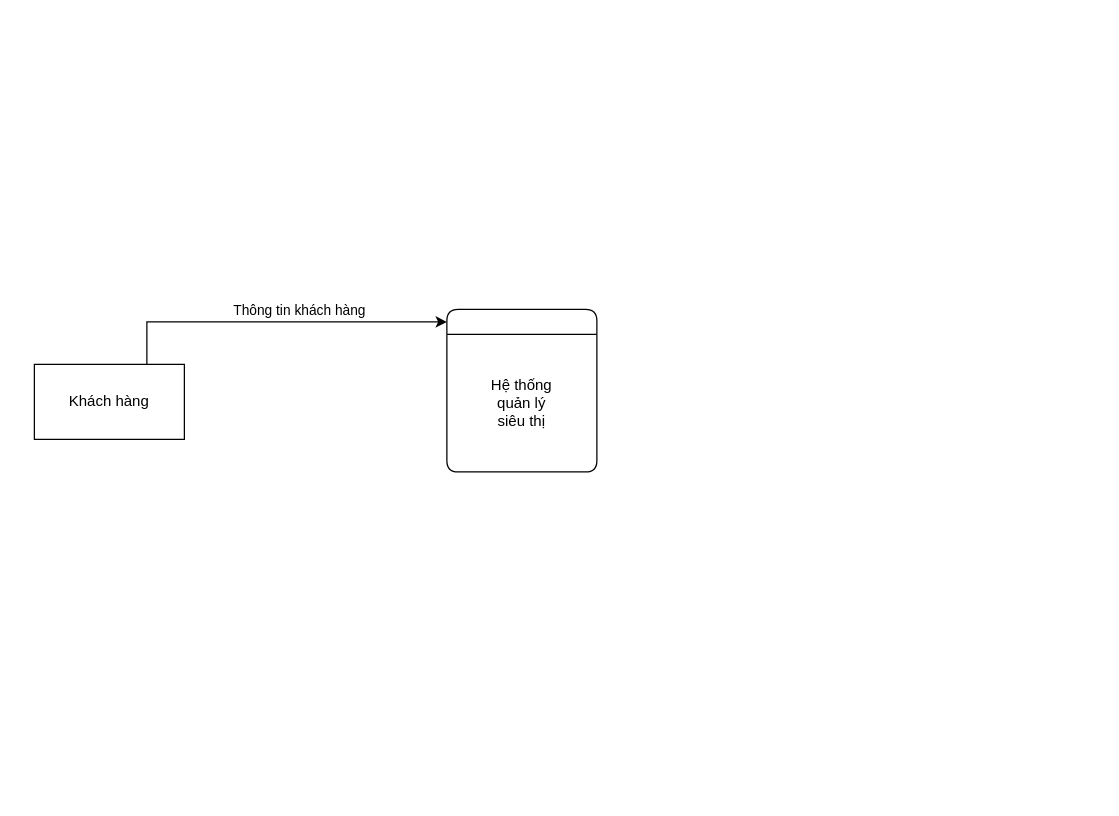
DatLe328/Phan-tich-thiet-ke-he-thong keeps this draw.io diagram as Sơ đồ ngữ cảnh.drawio. Above is the earlier version. Source tidied: cells renumbered, new cells numbered last; positions are measured from the earlier drawing's top-left corner, leaving out a move shared by most shapes. Both pictures are drawn from the tidied source at 125%, with x=0, y=0 at pixel (34, 309).
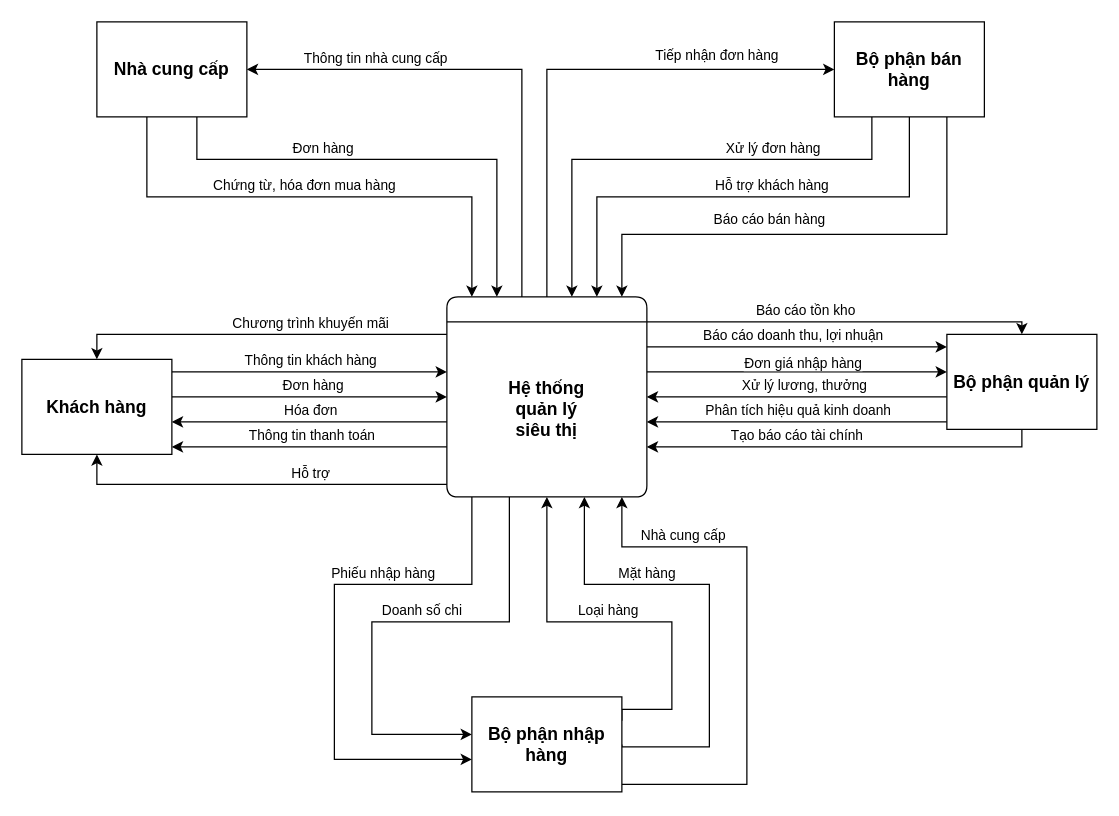
After the change.

Commit message:
Cập nhật Sơ đồ ngữ cảnh.drawio

Diff of the diagram source:
```diff
@@
+    <mxCell id="7" style="edgeStyle=orthogonalEdgeStyle;rounded=0;jettySize=auto;html=1;" parent="1" edge="1" source="2" target="6">
+      <mxGeometry relative="1" as="geometry">
+        <Array as="points">
+          <mxPoint x="50" y="20" />
+        </Array>
+      </mxGeometry>
+    </mxCell>
+    <mxCell id="8" value="Chương trình khuyến mãi" style="edgeLabel;html=1;align=center;verticalAlign=middle;" parent="7" vertex="1">
+      <mxGeometry x="-0.09" y="-2" relative="1" as="geometry">
+        <mxPoint x="27" y="-8" as="offset" />
+      </mxGeometry>
+    </mxCell>
+    <mxCell id="9" style="edgeStyle=orthogonalEdgeStyle;rounded=0;jettySize=auto;html=1;" parent="1" edge="1" source="2" target="27">
+      <mxGeometry relative="1" as="geometry">
+        <Array as="points">
+          <mxPoint x="390" y="-192" />
+        </Array>
+      </mxGeometry>
+    </mxCell>
+    <mxCell id="10" value="Thông tin nhà cung cấp" style="edgeLabel;html=1;align=center;verticalAlign=middle;" parent="9" vertex="1">
+      <mxGeometry x="0.52" y="-1" relative="1" as="geometry">
+        <mxPoint x="6" y="-9" as="offset" />
+      </mxGeometry>
+    </mxCell>
+    <mxCell id="11" style="edgeStyle=orthogonalEdgeStyle;rounded=0;jettySize=auto;html=1;" parent="1" edge="1" source="2" target="38">
+      <mxGeometry relative="1" as="geometry">
+        <Array as="points">
+          <mxPoint x="790" y="10" />
+        </Array>
+      </mxGeometry>
+    </mxCell>
+    <mxCell id="12" value="Báo cáo tồn kho" style="edgeLabel;html=1;align=center;verticalAlign=middle;" parent="11" vertex="1">
+      <mxGeometry x="-0.06" relative="1" as="geometry">
+        <mxPoint x="-20" y="-10" as="offset" />
+      </mxGeometry>
+    </mxCell>
+    <mxCell id="13" style="edgeStyle=orthogonalEdgeStyle;rounded=0;jettySize=auto;html=1;" parent="1" edge="1" source="2" target="56">
+      <mxGeometry relative="1" as="geometry">
+        <Array as="points">
+          <mxPoint x="410" y="-192" />
+        </Array>
+      </mxGeometry>
+    </mxCell>
+    <mxCell id="14" value="Tiếp nhận đơn hàng" style="edgeLabel;html=1;align=center;verticalAlign=middle;" parent="13" vertex="1">
+      <mxGeometry x="0.54" y="2" relative="1" as="geometry">
+        <mxPoint y="-10" as="offset" />
+      </mxGeometry>
+    </mxCell>
     <mxCell id="2" style="swimlane;fontStyle=0;horizontal=1;startSize=20;fillColor=#ffffff;swimlaneFillColor=#ffffff;rounded=1;" parent="1" vertex="1">
-      <mxGeometry x="330" width="120" height="130" as="geometry" />
+      <mxGeometry x="330" y="-10" width="160" height="160" as="geometry" />
     </mxCell>
-    <mxCell id="3" value="Hệ thống&lt;div&gt;quản lý&lt;/div&gt;&lt;div&gt;siêu thị&lt;/div&gt;" style="text;html=1;align=center;verticalAlign=middle;whiteSpace=wrap;rounded=1;" parent="2" vertex="1">
-      <mxGeometry y="20" width="120" height="110" as="geometry" />
+    <mxCell id="3" value="&lt;font style=&quot;font-size: 14px;&quot;&gt;&lt;b&gt;Hệ thống&lt;/b&gt;&lt;/font&gt;&lt;div style=&quot;font-size: 14px;&quot;&gt;&lt;font style=&quot;font-size: 14px;&quot;&gt;&lt;b&gt;quản lý&lt;/b&gt;&lt;/font&gt;&lt;/div&gt;&lt;div style=&quot;font-size: 14px;&quot;&gt;&lt;font style=&quot;font-size: 14px;&quot;&gt;&lt;b&gt;siêu thị&lt;/b&gt;&lt;/font&gt;&lt;/div&gt;" style="text;html=1;align=center;verticalAlign=middle;whiteSpace=wrap;rounded=1;" parent="2" vertex="1">
+      <mxGeometry y="20" width="160" height="140" as="geometry" />
     </mxCell>
-    <mxCell id="4" style="edgeStyle=orthogonalEdgeStyle;rounded=0;jettySize=auto;html=1;exitX=0.75;exitY=0;exitDx=0;exitDy=0;" parent="1" edge="1" source="6" target="2">
+    <mxCell id="4" style="edgeStyle=orthogonalEdgeStyle;rounded=0;jettySize=auto;html=1;" parent="1" edge="1" source="6" target="2">
       <mxGeometry relative="1" as="geometry">
         <Array as="points">
-          <mxPoint x="90" y="10" />
+          <mxPoint x="220" y="50" />
+          <mxPoint x="220" y="50" />
         </Array>
       </mxGeometry>
     </mxCell>
     <mxCell id="5" value="Thông tin khách hàng" style="edgeLabel;html=1;align=center;verticalAlign=middle;" parent="4" vertex="1">
       <mxGeometry x="0.13" y="2" relative="1" as="geometry">
-        <mxPoint y="-8" as="offset" />
+        <mxPoint x="-14" y="-8" as="offset" />
       </mxGeometry>
     </mxCell>
+    <mxCell id="15" style="edgeStyle=orthogonalEdgeStyle;rounded=0;jettySize=auto;html=1;" parent="1" edge="1" source="6" target="2">
+      <mxGeometry relative="1" as="geometry">
+        <Array as="points">
+          <mxPoint x="170" y="70" />
+          <mxPoint x="170" y="70" />
+        </Array>
+      </mxGeometry>
+    </mxCell>
+    <mxCell id="16" value="Đơn hàng" style="edgeLabel;html=1;align=center;verticalAlign=middle;" parent="15" vertex="1">
+      <mxGeometry x="0.02" y="2" relative="1" as="geometry">
+        <mxPoint y="-8" as="offset" />
+      </mxGeometry>
+    </mxCell>
+    <mxCell id="17" style="edgeStyle=orthogonalEdgeStyle;rounded=0;jettySize=auto;html=1;" parent="1" edge="1" source="2" target="6">
+      <mxGeometry relative="1" as="geometry">
+        <Array as="points">
+          <mxPoint x="220" y="90" />
+          <mxPoint x="220" y="90" />
+        </Array>
+      </mxGeometry>
+    </mxCell>
+    <mxCell id="18" value="Hóa đơn" style="edgeLabel;html=1;align=center;verticalAlign=middle;" parent="17" vertex="1">
+      <mxGeometry relative="1" as="geometry">
+        <mxPoint y="-10" as="offset" />
+      </mxGeometry>
+    </mxCell>
+    <mxCell id="19" style="edgeStyle=orthogonalEdgeStyle;rounded=0;jettySize=auto;html=1;entryX=0.5;entryY=1;entryDx=0;entryDy=0;" parent="1" edge="1" source="2" target="6">
+      <mxGeometry relative="1" as="geometry">
+        <Array as="points">
+          <mxPoint x="50" y="140" />
+        </Array>
+      </mxGeometry>
+    </mxCell>
+    <mxCell id="20" value="Hỗ trợ" style="edgeLabel;html=1;align=center;verticalAlign=middle;" parent="19" vertex="1">
+      <mxGeometry x="0.03" y="1" relative="1" as="geometry">
+        <mxPoint x="47" y="-11" as="offset" />
+      </mxGeometry>
+    </mxCell>
-    <mxCell id="6" value="Khách hàng" style="rounded=0;whiteSpace=wrap;html=1;" parent="1" vertex="1">
-      <mxGeometry y="44" width="120" height="60" as="geometry" />
+    <mxCell id="6" value="&lt;font style=&quot;font-size: 14px;&quot;&gt;&lt;b&gt;Khách hàng&lt;/b&gt;&lt;/font&gt;" style="rounded=0;whiteSpace=wrap;html=1;" parent="1" vertex="1">
+      <mxGeometry x="-10" y="40" width="120" height="76" as="geometry" />
     </mxCell>
+    <mxCell id="21" style="edgeStyle=orthogonalEdgeStyle;rounded=0;jettySize=auto;html=1;" parent="1" edge="1" source="2" target="6">
+      <mxGeometry relative="1" as="geometry">
+        <Array as="points">
+          <mxPoint x="230" y="110" />
+          <mxPoint x="230" y="110" />
+        </Array>
+      </mxGeometry>
+    </mxCell>
+    <mxCell id="22" value="Thông tin thanh toán" style="edgeLabel;html=1;align=center;verticalAlign=middle;" parent="21" vertex="1">
+      <mxGeometry x="-0.01" y="1" relative="1" as="geometry">
+        <mxPoint y="-11" as="offset" />
+      </mxGeometry>
+    </mxCell>
+    <mxCell id="23" style="edgeStyle=orthogonalEdgeStyle;rounded=0;jettySize=auto;html=1;" parent="1" edge="1" source="27" target="2">
+      <mxGeometry relative="1" as="geometry">
+        <Array as="points">
+          <mxPoint x="130" y="-120" />
+          <mxPoint x="370" y="-120" />
+        </Array>
+      </mxGeometry>
+    </mxCell>
+    <mxCell id="24" value="Đơn hàng" style="edgeLabel;html=1;align=center;verticalAlign=middle;" parent="23" vertex="1">
+      <mxGeometry x="-0.3" y="1" relative="1" as="geometry">
+        <mxPoint y="-9" as="offset" />
+      </mxGeometry>
+    </mxCell>
+    <mxCell id="25" style="edgeStyle=orthogonalEdgeStyle;rounded=0;jettySize=auto;html=1;" parent="1" edge="1" source="27" target="2">
+      <mxGeometry relative="1" as="geometry">
+        <Array as="points">
+          <mxPoint x="90" y="-90" />
+          <mxPoint x="350" y="-90" />
+        </Array>
+      </mxGeometry>
+    </mxCell>
+    <mxCell id="26" value="Chứng từ, hóa đơn mua hàng" style="edgeLabel;html=1;align=center;verticalAlign=middle;" parent="25" vertex="1">
+      <mxGeometry x="-0.01" y="1" relative="1" as="geometry">
+        <mxPoint x="-11" y="-9" as="offset" />
+      </mxGeometry>
+    </mxCell>
+    <mxCell id="27" value="&lt;font style=&quot;font-size: 14px;&quot;&gt;&lt;b&gt;Nhà cung cấp&lt;/b&gt;&lt;/font&gt;" style="rounded=0;whiteSpace=wrap;html=1;" parent="1" vertex="1">
+      <mxGeometry x="50" y="-230" width="120" height="76" as="geometry" />
+    </mxCell>
+    <mxCell id="28" style="edgeStyle=orthogonalEdgeStyle;rounded=0;jettySize=auto;html=1;" parent="1" edge="1" source="2" target="38">
+      <mxGeometry relative="1" as="geometry">
+        <Array as="points">
+          <mxPoint x="610" y="30" />
+          <mxPoint x="610" y="30" />
+        </Array>
+      </mxGeometry>
+    </mxCell>
+    <mxCell id="29" value="Báo cáo doanh thu, lợi nhuận" style="edgeLabel;html=1;align=center;verticalAlign=middle;" parent="28" vertex="1">
+      <mxGeometry x="-0.03" y="2" relative="1" as="geometry">
+        <mxPoint y="-8" as="offset" />
+      </mxGeometry>
+    </mxCell>
+    <mxCell id="30" style="edgeStyle=orthogonalEdgeStyle;rounded=0;jettySize=auto;html=1;" parent="1" edge="1" source="2" target="38">
+      <mxGeometry relative="1" as="geometry">
+        <Array as="points">
+          <mxPoint x="610" y="50" />
+          <mxPoint x="610" y="50" />
+        </Array>
+      </mxGeometry>
+    </mxCell>
+    <mxCell id="31" value="Đơn giá nhập hàng" style="edgeLabel;html=1;align=center;verticalAlign=middle;" parent="30" vertex="1">
+      <mxGeometry x="0.03" y="1" relative="1" as="geometry">
+        <mxPoint y="-7" as="offset" />
+      </mxGeometry>
+    </mxCell>
+    <mxCell id="32" style="edgeStyle=orthogonalEdgeStyle;rounded=0;jettySize=auto;html=1;" parent="1" edge="1" source="38" target="2">
+      <mxGeometry relative="1" as="geometry">
+        <Array as="points">
+          <mxPoint x="620" y="70" />
+          <mxPoint x="620" y="70" />
+        </Array>
+      </mxGeometry>
+    </mxCell>
+    <mxCell id="33" value="Xử lý lương, thưởng" style="edgeLabel;html=1;align=center;verticalAlign=middle;" parent="32" vertex="1">
+      <mxGeometry x="-0.04" y="1" relative="1" as="geometry">
+        <mxPoint y="-11" as="offset" />
+      </mxGeometry>
+    </mxCell>
+    <mxCell id="34" style="edgeStyle=orthogonalEdgeStyle;rounded=0;jettySize=auto;html=1;" parent="1" edge="1" source="38" target="2">
+      <mxGeometry relative="1" as="geometry">
+        <Array as="points">
+          <mxPoint x="550" y="90" />
+          <mxPoint x="550" y="90" />
+        </Array>
+      </mxGeometry>
+    </mxCell>
+    <mxCell id="35" value="Phân tích hiệu quả kinh doanh" style="edgeLabel;html=1;align=center;verticalAlign=middle;" parent="34" vertex="1">
+      <mxGeometry x="0.08" y="-1" relative="1" as="geometry">
+        <mxPoint x="10" y="-9" as="offset" />
+      </mxGeometry>
+    </mxCell>
+    <mxCell id="36" style="edgeStyle=orthogonalEdgeStyle;rounded=0;jettySize=auto;html=1;exitX=0.5;exitY=1;exitDx=0;exitDy=0;" parent="1" edge="1" source="38" target="2">
+      <mxGeometry relative="1" as="geometry">
+        <Array as="points">
+          <mxPoint x="790" y="110" />
+        </Array>
+      </mxGeometry>
+    </mxCell>
+    <mxCell id="37" value="Tạo báo cáo tài chính" style="edgeLabel;html=1;align=center;verticalAlign=middle;" parent="36" vertex="1">
+      <mxGeometry x="0.23" y="-1" relative="1" as="geometry">
+        <mxPoint x="-2" y="-9" as="offset" />
+      </mxGeometry>
+    </mxCell>
+    <mxCell id="38" value="&lt;font style=&quot;font-size: 14px;&quot;&gt;&lt;b&gt;Bộ phận quản lý&lt;/b&gt;&lt;/font&gt;" style="rounded=0;whiteSpace=wrap;html=1;" parent="1" vertex="1">
+      <mxGeometry x="730" y="20" width="120" height="76" as="geometry" />
+    </mxCell>
+    <mxCell id="39" style="edgeStyle=orthogonalEdgeStyle;rounded=0;jettySize=auto;html=1;exitX=1;exitY=0.25;exitDx=0;exitDy=0;" parent="1" edge="1" source="47" target="2">
+      <mxGeometry relative="1" as="geometry">
+        <Array as="points">
+          <mxPoint x="470" y="320" />
+          <mxPoint x="510" y="320" />
+          <mxPoint x="510" y="250" />
+          <mxPoint x="410" y="250" />
+        </Array>
+      </mxGeometry>
+    </mxCell>
+    <mxCell id="40" value="Loại hàng" style="edgeLabel;html=1;align=center;verticalAlign=middle;" parent="39" vertex="1">
+      <mxGeometry x="0.07" y="-2" relative="1" as="geometry">
+        <mxPoint y="-8" as="offset" />
+      </mxGeometry>
+    </mxCell>
+    <mxCell id="41" style="edgeStyle=orthogonalEdgeStyle;rounded=0;jettySize=auto;html=1;exitX=1;exitY=0.5;exitDx=0;exitDy=0;" parent="1" edge="1" source="47" target="2">
+      <mxGeometry relative="1" as="geometry">
+        <Array as="points">
+          <mxPoint x="470" y="350" />
+          <mxPoint x="540" y="350" />
+          <mxPoint x="540" y="220" />
+          <mxPoint x="440" y="220" />
+        </Array>
+      </mxGeometry>
+    </mxCell>
+    <mxCell id="42" value="Mặt hàng" style="edgeLabel;html=1;align=center;verticalAlign=middle;" parent="41" vertex="1">
+      <mxGeometry x="0.37" y="-2" relative="1" as="geometry">
+        <mxPoint x="2" y="-8" as="offset" />
+      </mxGeometry>
+    </mxCell>
+    <mxCell id="43" style="edgeStyle=orthogonalEdgeStyle;rounded=0;jettySize=auto;html=1;" parent="1" edge="1" source="47" target="2">
+      <mxGeometry relative="1" as="geometry">
+        <Array as="points">
+          <mxPoint x="570" y="380" />
+          <mxPoint x="570" y="190" />
+          <mxPoint x="470" y="190" />
+        </Array>
+      </mxGeometry>
+    </mxCell>
+    <mxCell id="44" value="Nhà cung cấp" style="edgeLabel;html=1;align=center;verticalAlign=middle;" parent="43" vertex="1">
+      <mxGeometry x="0.59" relative="1" as="geometry">
+        <mxPoint y="-10" as="offset" />
+      </mxGeometry>
+    </mxCell>
+    <mxCell id="45" style="edgeStyle=orthogonalEdgeStyle;rounded=0;jettySize=auto;html=1;" parent="1" edge="1" source="2" target="47">
+      <mxGeometry relative="1" as="geometry">
+        <Array as="points">
+          <mxPoint x="380" y="250" />
+          <mxPoint x="270" y="250" />
+          <mxPoint x="270" y="340" />
+        </Array>
+      </mxGeometry>
+    </mxCell>
+    <mxCell id="46" value="Doanh số chi" style="edgeLabel;html=1;align=center;verticalAlign=middle;" parent="45" vertex="1">
+      <mxGeometry x="-0.1" relative="1" as="geometry">
+        <mxPoint y="-10" as="offset" />
+      </mxGeometry>
+    </mxCell>
+    <mxCell id="47" value="&lt;font style=&quot;font-size: 14px;&quot;&gt;&lt;b&gt;Bộ phận nhập hàng&lt;/b&gt;&lt;/font&gt;" style="rounded=0;whiteSpace=wrap;html=1;" parent="1" vertex="1">
+      <mxGeometry x="350" y="310" width="120" height="76" as="geometry" />
+    </mxCell>
+    <mxCell id="48" style="edgeStyle=orthogonalEdgeStyle;rounded=0;jettySize=auto;html=1;" parent="1" edge="1" source="2" target="47">
+      <mxGeometry relative="1" as="geometry">
+        <Array as="points">
+          <mxPoint x="350" y="220" />
+          <mxPoint x="240" y="220" />
+          <mxPoint x="240" y="360" />
+        </Array>
+      </mxGeometry>
+    </mxCell>
+    <mxCell id="49" value="Phiếu nhập hàng" style="edgeLabel;html=1;align=center;verticalAlign=middle;" parent="48" vertex="1">
+      <mxGeometry x="-0.34" relative="1" as="geometry">
+        <mxPoint y="-10" as="offset" />
+      </mxGeometry>
+    </mxCell>
+    <mxCell id="50" style="edgeStyle=orthogonalEdgeStyle;rounded=0;jettySize=auto;html=1;exitX=0.25;exitY=1;exitDx=0;exitDy=0;" parent="1" edge="1" source="56" target="2">
+      <mxGeometry relative="1" as="geometry">
+        <Array as="points">
+          <mxPoint x="670" y="-120" />
+          <mxPoint x="430" y="-120" />
+        </Array>
+      </mxGeometry>
+    </mxCell>
+    <mxCell id="51" value="Xử lý đơn hàng" style="edgeLabel;html=1;align=center;verticalAlign=middle;" parent="50" vertex="1">
+      <mxGeometry y="-2" relative="1" as="geometry">
+        <mxPoint x="78" y="-8" as="offset" />
+      </mxGeometry>
+    </mxCell>
+    <mxCell id="52" style="edgeStyle=orthogonalEdgeStyle;rounded=0;jettySize=auto;html=1;exitX=0.5;exitY=1;exitDx=0;exitDy=0;" parent="1" edge="1" source="56" target="2">
+      <mxGeometry relative="1" as="geometry">
+        <Array as="points">
+          <mxPoint x="700" y="-90" />
+          <mxPoint x="450" y="-90" />
+        </Array>
+      </mxGeometry>
+    </mxCell>
+    <mxCell id="53" value="Hỗ trợ khách hàng" style="edgeLabel;html=1;align=center;verticalAlign=middle;" parent="52" vertex="1">
+      <mxGeometry x="-0.01" relative="1" as="geometry">
+        <mxPoint x="20" y="-10" as="offset" />
+      </mxGeometry>
+    </mxCell>
+    <mxCell id="54" style="edgeStyle=orthogonalEdgeStyle;rounded=0;jettySize=auto;html=1;exitX=0.75;exitY=1;exitDx=0;exitDy=0;" parent="1" edge="1" source="56" target="2">
+      <mxGeometry relative="1" as="geometry">
+        <Array as="points">
+          <mxPoint x="730" y="-60" />
+          <mxPoint x="470" y="-60" />
+        </Array>
+      </mxGeometry>
+    </mxCell>
+    <mxCell id="55" value="Báo cáo bán hàng" style="edgeLabel;html=1;align=center;verticalAlign=middle;" parent="54" vertex="1">
+      <mxGeometry x="0.02" y="-1" relative="1" as="geometry">
+        <mxPoint x="-31" y="-12" as="offset" />
+      </mxGeometry>
+    </mxCell>
+    <mxCell id="56" value="&lt;font style=&quot;font-size: 14px;&quot;&gt;&lt;b&gt;Bộ phận bán hàng&lt;/b&gt;&lt;/font&gt;" style="rounded=0;whiteSpace=wrap;html=1;" parent="1" vertex="1">
+      <mxGeometry x="640" y="-230" width="120" height="76" as="geometry" />
+    </mxCell>
```
